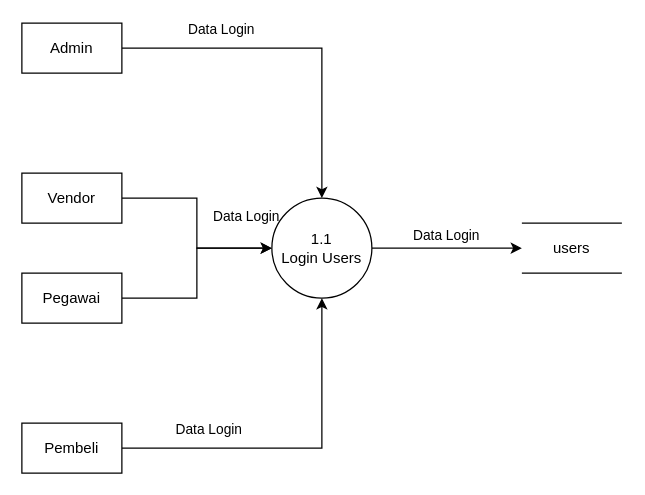
Earlier version of the draw.io diagram page "DFD Level 2 Proses 1" (3 of 18) of Sistem Informasi dan Inventory/Sistem informasi penjualan dan inventory.drawio (umarshd/dfd-skripsi). Source tidied: cells renumbered, new cells numbered last; positions are measured from the earlier drawing's top-left corner, leaving out a move shared by most shapes. Both pictures are drawn from the tidied source at 125%, with x=0, y=0 at pixel (21, 22).
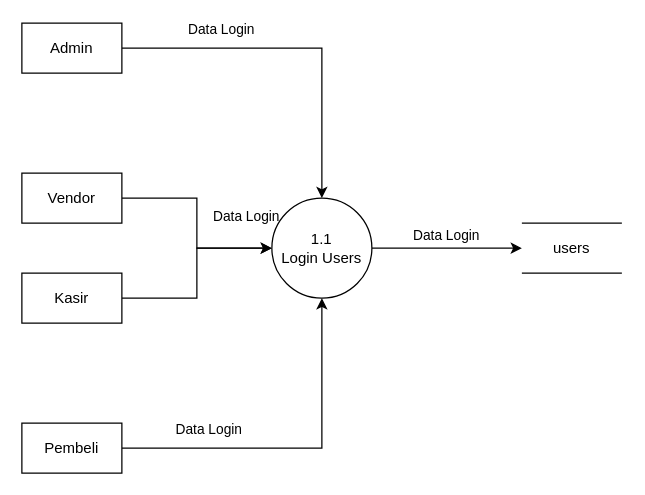
The same diagram, later.

The edit, as a diff of the source:
```diff
@@
-    <mxCell id="12" value="Pegawai" style="rounded=0;whiteSpace=wrap;html=1;" parent="1" vertex="1">
+    <mxCell id="12" value="Kasir" style="rounded=0;whiteSpace=wrap;html=1;" parent="1" vertex="1">
       <mxGeometry y="200" width="80" height="40" as="geometry" />
     </mxCell>
```
